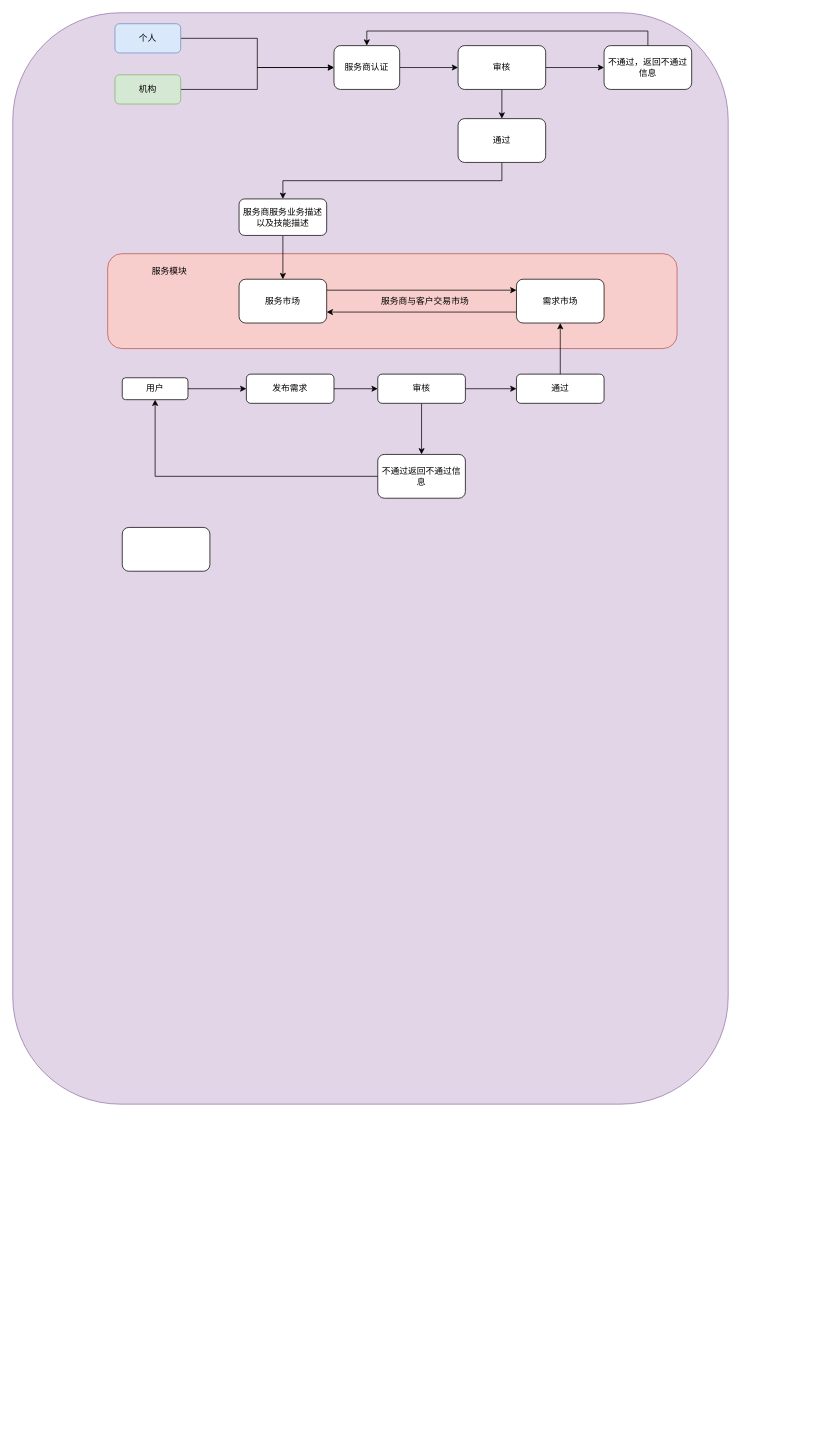
This is Untitled Diagram.drawio from Raox1ngj1ng/mydraw, a draw.io file, before an edit. Source tidied: cells renumbered, new cells numbered last; positions are measured from the earlier drawing's top-left corner, leaving out a move shared by most shapes. Both pictures are drawn from the tidied source at 73%, with x=0, y=0 at pixel (12, 12).
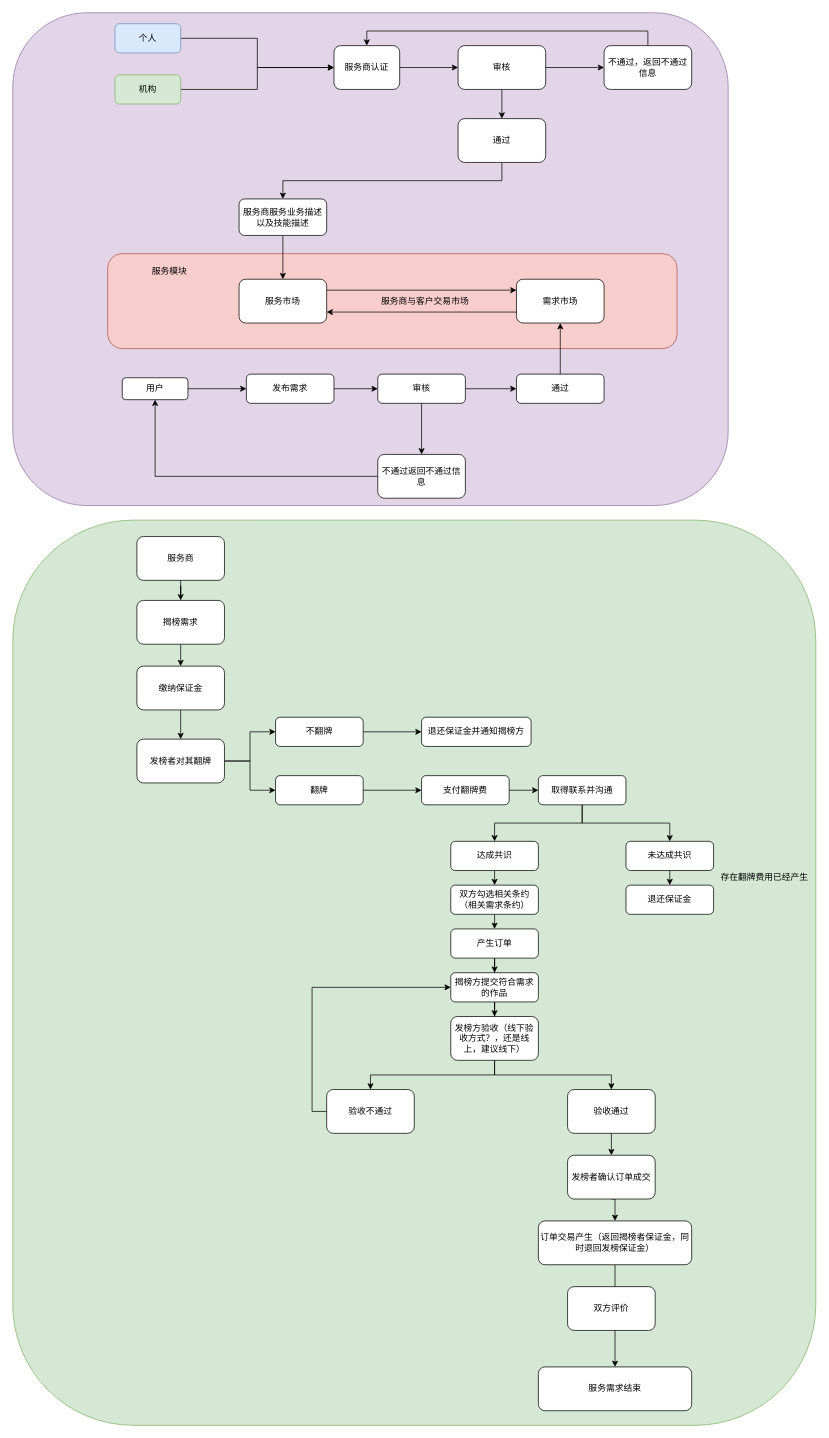
The same diagram, later.

Commit message:
需求服务业务流程

Diff of the diagram source:
```diff
@@
+    <mxCell id="37" style="rounded=1;whiteSpace=wrap;html=1;fillColor=#d5e8d4;strokeColor=#82b366;" parent="1" vertex="1">
+      <mxGeometry y="695" width="1100" height="1240" as="geometry" />
+    </mxCell>
     <mxCell id="2" style="rounded=1;whiteSpace=wrap;html=1;fillColor=#e1d5e7;strokeColor=#9673a6;arcSize=15;" parent="1" vertex="1">
-      <mxGeometry width="980" height="1495" as="geometry" />
+      <mxGeometry width="980" height="675" as="geometry" />
     </mxCell>
@@
-    <mxCell id="36" style="rounded=1;whiteSpace=wrap;html=1;" parent="1" vertex="1">
-      <mxGeometry x="150" y="705" width="120" height="60" as="geometry" />
-    </mxCell>
+    <mxCell id="38" style="edgeStyle=orthogonalEdgeStyle;rounded=0;jettySize=auto;html=1;exitX=0.5;exitY=1;exitDx=0;exitDy=0;entryX=0.5;entryY=0;entryDx=0;entryDy=0;" parent="1" edge="1" source="39" target="46">
+      <mxGeometry relative="1" as="geometry" />
+    </mxCell>
+    <mxCell id="39" value="揭榜需求" style="rounded=1;whiteSpace=wrap;html=1;" parent="1" vertex="1">
+      <mxGeometry x="170" y="805" width="120" height="60" as="geometry" />
+    </mxCell>
+    <mxCell id="40" style="edgeStyle=orthogonalEdgeStyle;rounded=0;jettySize=auto;html=1;exitX=0.5;exitY=1;exitDx=0;exitDy=0;" parent="1" edge="1" source="41" target="39">
+      <mxGeometry relative="1" as="geometry" />
+    </mxCell>
+    <mxCell id="41" value="服务商" style="rounded=1;whiteSpace=wrap;html=1;" parent="1" vertex="1">
+      <mxGeometry x="170" y="717.5" width="120" height="60" as="geometry" />
+    </mxCell>
+    <mxCell id="42" style="edgeStyle=orthogonalEdgeStyle;rounded=0;jettySize=auto;html=1;" parent="1" edge="1" source="44" target="48">
+      <mxGeometry relative="1" as="geometry" />
+    </mxCell>
+    <mxCell id="43" style="edgeStyle=orthogonalEdgeStyle;rounded=0;jettySize=auto;html=1;exitX=1;exitY=0.5;exitDx=0;exitDy=0;" parent="1" edge="1" source="44" target="50">
+      <mxGeometry relative="1" as="geometry" />
+    </mxCell>
+    <mxCell id="44" value="发榜者对其翻牌" style="rounded=1;whiteSpace=wrap;html=1;" parent="1" vertex="1">
+      <mxGeometry x="170" y="995" width="120" height="60" as="geometry" />
+    </mxCell>
+    <mxCell id="45" style="edgeStyle=orthogonalEdgeStyle;rounded=0;jettySize=auto;html=1;exitX=0.5;exitY=1;exitDx=0;exitDy=0;" parent="1" edge="1" source="46" target="44">
+      <mxGeometry relative="1" as="geometry" />
+    </mxCell>
+    <mxCell id="46" value="缴纳保证金" style="rounded=1;whiteSpace=wrap;html=1;" parent="1" vertex="1">
+      <mxGeometry x="170" y="895" width="120" height="60" as="geometry" />
+    </mxCell>
+    <mxCell id="47" style="edgeStyle=orthogonalEdgeStyle;rounded=0;jettySize=auto;html=1;" parent="1" edge="1" source="48" target="51">
+      <mxGeometry relative="1" as="geometry" />
+    </mxCell>
+    <mxCell id="48" value="不翻牌" style="whiteSpace=wrap;html=1;rounded=1;" parent="1" vertex="1">
+      <mxGeometry x="360" y="965" width="120" height="40" as="geometry" />
+    </mxCell>
+    <mxCell id="49" style="edgeStyle=orthogonalEdgeStyle;rounded=0;jettySize=auto;html=1;exitX=1;exitY=0.5;exitDx=0;exitDy=0;" parent="1" edge="1" source="50" target="53">
+      <mxGeometry relative="1" as="geometry" />
+    </mxCell>
+    <mxCell id="50" value="翻牌" style="whiteSpace=wrap;html=1;rounded=1;" parent="1" vertex="1">
+      <mxGeometry x="360" y="1045" width="120" height="40" as="geometry" />
+    </mxCell>
+    <mxCell id="51" value="退还保证金并通知揭榜方" style="whiteSpace=wrap;html=1;rounded=1;" parent="1" vertex="1">
+      <mxGeometry x="560" y="965" width="150" height="40" as="geometry" />
+    </mxCell>
+    <mxCell id="52" style="edgeStyle=orthogonalEdgeStyle;rounded=0;jettySize=auto;html=1;exitX=1;exitY=0.5;exitDx=0;exitDy=0;entryX=0;entryY=0.5;entryDx=0;entryDy=0;" parent="1" edge="1" source="53" target="56">
+      <mxGeometry relative="1" as="geometry" />
+    </mxCell>
+    <mxCell id="53" value="支付翻牌费" style="whiteSpace=wrap;html=1;rounded=1;" parent="1" vertex="1">
+      <mxGeometry x="560" y="1045" width="120" height="40" as="geometry" />
+    </mxCell>
+    <mxCell id="54" style="edgeStyle=orthogonalEdgeStyle;rounded=0;jettySize=auto;html=1;exitX=0.5;exitY=1;exitDx=0;exitDy=0;entryX=0.5;entryY=0;entryDx=0;entryDy=0;" parent="1" edge="1" source="56" target="58">
+      <mxGeometry relative="1" as="geometry" />
+    </mxCell>
+    <mxCell id="55" style="edgeStyle=orthogonalEdgeStyle;rounded=0;jettySize=auto;html=1;exitX=0.5;exitY=1;exitDx=0;exitDy=0;entryX=0.5;entryY=0;entryDx=0;entryDy=0;" parent="1" edge="1" source="56" target="60">
+      <mxGeometry relative="1" as="geometry" />
+    </mxCell>
+    <mxCell id="56" value="取得联系并沟通" style="whiteSpace=wrap;html=1;rounded=1;" parent="1" vertex="1">
+      <mxGeometry x="720" y="1045" width="120" height="40" as="geometry" />
+    </mxCell>
+    <mxCell id="57" style="edgeStyle=orthogonalEdgeStyle;rounded=0;jettySize=auto;html=1;exitX=0.5;exitY=1;exitDx=0;exitDy=0;entryX=0.5;entryY=0;entryDx=0;entryDy=0;" parent="1" edge="1" source="58" target="62">
+      <mxGeometry relative="1" as="geometry" />
+    </mxCell>
+    <mxCell id="58" value="达成共识" style="whiteSpace=wrap;html=1;rounded=1;" parent="1" vertex="1">
+      <mxGeometry x="600" y="1135" width="120" height="40" as="geometry" />
+    </mxCell>
+    <mxCell id="59" style="edgeStyle=orthogonalEdgeStyle;rounded=0;jettySize=auto;html=1;exitX=0.5;exitY=1;exitDx=0;exitDy=0;entryX=0.5;entryY=0;entryDx=0;entryDy=0;" parent="1" edge="1" source="60" target="65">
+      <mxGeometry relative="1" as="geometry" />
+    </mxCell>
+    <mxCell id="60" value="未达成共识" style="whiteSpace=wrap;html=1;rounded=1;" parent="1" vertex="1">
+      <mxGeometry x="840" y="1135" width="120" height="40" as="geometry" />
+    </mxCell>
+    <mxCell id="61" style="edgeStyle=orthogonalEdgeStyle;rounded=0;jettySize=auto;html=1;exitX=0.5;exitY=1;exitDx=0;exitDy=0;entryX=0.5;entryY=0;entryDx=0;entryDy=0;" parent="1" edge="1" source="62" target="64">
+      <mxGeometry relative="1" as="geometry" />
+    </mxCell>
+    <mxCell id="62" value="双方勾选相关条约（相关需求条约）" style="whiteSpace=wrap;html=1;rounded=1;" parent="1" vertex="1">
+      <mxGeometry x="600" y="1195" width="120" height="40" as="geometry" />
+    </mxCell>
+    <mxCell id="63" style="edgeStyle=orthogonalEdgeStyle;rounded=0;jettySize=auto;html=1;" parent="1" edge="1" source="64" target="68">
+      <mxGeometry relative="1" as="geometry" />
+    </mxCell>
+    <mxCell id="64" value="产生订单" style="whiteSpace=wrap;html=1;rounded=1;" parent="1" vertex="1">
+      <mxGeometry x="600" y="1255" width="120" height="40" as="geometry" />
+    </mxCell>
+    <mxCell id="65" value="退还保证金" style="whiteSpace=wrap;html=1;rounded=1;" parent="1" vertex="1">
+      <mxGeometry x="840" y="1195" width="120" height="40" as="geometry" />
+    </mxCell>
+    <mxCell id="66" value="存在翻牌费用已经产生" style="text;html=1;strokeColor=none;fillColor=none;align=center;verticalAlign=middle;whiteSpace=wrap;rounded=0;" parent="1" vertex="1">
+      <mxGeometry x="960" y="1165" width="140" height="40" as="geometry" />
+    </mxCell>
+    <mxCell id="67" style="edgeStyle=orthogonalEdgeStyle;rounded=0;jettySize=auto;html=1;" parent="1" edge="1" source="68" target="71">
+      <mxGeometry relative="1" as="geometry" />
+    </mxCell>
+    <mxCell id="68" value="揭榜方提交符合需求的作品" style="whiteSpace=wrap;html=1;rounded=1;" parent="1" vertex="1">
+      <mxGeometry x="600" y="1315" width="120" height="40" as="geometry" />
+    </mxCell>
+    <mxCell id="69" style="edgeStyle=orthogonalEdgeStyle;rounded=0;jettySize=auto;html=1;exitX=0.5;exitY=1;exitDx=0;exitDy=0;" parent="1" edge="1" source="71" target="73">
+      <mxGeometry relative="1" as="geometry" />
+    </mxCell>
+    <mxCell id="70" style="edgeStyle=orthogonalEdgeStyle;rounded=0;jettySize=auto;html=1;exitX=0.5;exitY=1;exitDx=0;exitDy=0;entryX=0.5;entryY=0;entryDx=0;entryDy=0;" parent="1" edge="1" source="71" target="75">
+      <mxGeometry relative="1" as="geometry" />
+    </mxCell>
+    <mxCell id="71" value="发榜方验收（线下验收方式？，还是线上，建议线下）" style="whiteSpace=wrap;html=1;rounded=1;" parent="1" vertex="1">
+      <mxGeometry x="600" y="1375" width="120" height="60" as="geometry" />
+    </mxCell>
+    <mxCell id="72" style="edgeStyle=orthogonalEdgeStyle;rounded=0;jettySize=auto;html=1;exitX=0;exitY=0.5;exitDx=0;exitDy=0;entryX=0;entryY=0.5;entryDx=0;entryDy=0;" parent="1" edge="1" source="73" target="68">
+      <mxGeometry relative="1" as="geometry" />
+    </mxCell>
+    <mxCell id="73" value="验收不通过" style="whiteSpace=wrap;html=1;rounded=1;" parent="1" vertex="1">
+      <mxGeometry x="430" y="1475" width="120" height="60" as="geometry" />
+    </mxCell>
+    <mxCell id="74" style="edgeStyle=orthogonalEdgeStyle;rounded=0;jettySize=auto;html=1;exitX=0.5;exitY=1;exitDx=0;exitDy=0;entryX=0.5;entryY=0;entryDx=0;entryDy=0;" parent="1" edge="1" source="75" target="77">
+      <mxGeometry relative="1" as="geometry" />
+    </mxCell>
+    <mxCell id="75" value="验收通过" style="whiteSpace=wrap;html=1;rounded=1;" parent="1" vertex="1">
+      <mxGeometry x="760" y="1475" width="120" height="60" as="geometry" />
+    </mxCell>
+    <mxCell id="76" style="edgeStyle=orthogonalEdgeStyle;rounded=0;jettySize=auto;html=1;exitX=0.5;exitY=1;exitDx=0;exitDy=0;entryX=0.5;entryY=0;entryDx=0;entryDy=0;" parent="1" edge="1" source="77" target="79">
+      <mxGeometry relative="1" as="geometry" />
+    </mxCell>
+    <mxCell id="77" value="发榜者确认订单成交" style="whiteSpace=wrap;html=1;rounded=1;" parent="1" vertex="1">
+      <mxGeometry x="760" y="1565" width="120" height="60" as="geometry" />
+    </mxCell>
+    <mxCell id="78" style="edgeStyle=orthogonalEdgeStyle;rounded=0;jettySize=auto;html=1;exitX=0.5;exitY=1;exitDx=0;exitDy=0;entryX=0.5;entryY=0;entryDx=0;entryDy=0;" parent="1" edge="1" source="79" target="80">
+      <mxGeometry relative="1" as="geometry" />
+    </mxCell>
+    <mxCell id="79" value="订单交易产生（返回揭榜者保证金，同时退回发榜保证金）" style="whiteSpace=wrap;html=1;rounded=1;" parent="1" vertex="1">
+      <mxGeometry x="720" y="1655" width="210" height="60" as="geometry" />
+    </mxCell>
+    <mxCell id="80" value="服务需求结束" style="whiteSpace=wrap;html=1;rounded=1;" parent="1" vertex="1">
+      <mxGeometry x="720" y="1855" width="210" height="60" as="geometry" />
+    </mxCell>
+    <mxCell id="81" value="双方评价" style="rounded=1;whiteSpace=wrap;html=1;" parent="1" vertex="1">
+      <mxGeometry x="760" y="1745" width="120" height="60" as="geometry" />
+    </mxCell>
```
